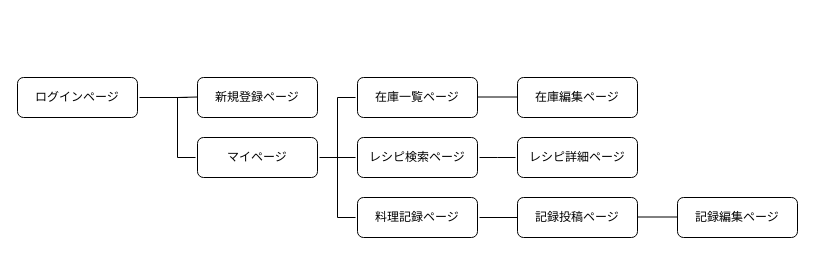
The draw.io diagram monitor.dio in lemon78787878/mmm, before the edit. Source tidied: cells renumbered, new cells numbered last; positions are measured from the earlier drawing's top-left corner, leaving out a move shared by most shapes. Both pictures are drawn from the tidied source at 100%, with x=0, y=0 at pixel (17, 77).
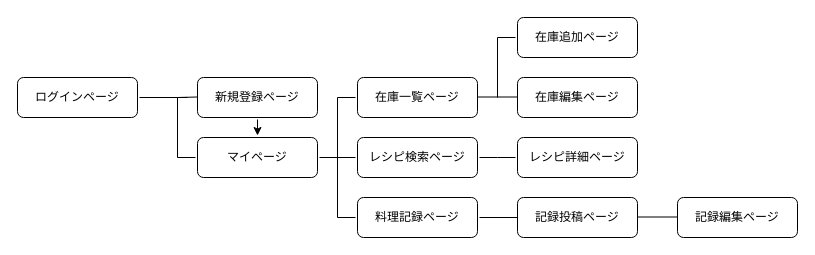
Above is the later version.

The change refers to these unchanged cells:
```xml
<mxCell id="3" value="新規登録ページ" style="whiteSpace=wrap;html=1;align=center;perimeterSpacing=2;rounded=1;" parent="1" vertex="1">
  <mxGeometry x="180" width="120" height="40" as="geometry" />
</mxCell>
<mxCell id="4" value="マイページ" style="whiteSpace=wrap;html=1;align=center;perimeterSpacing=2;rounded=1;" parent="1" vertex="1">
  <mxGeometry x="180" y="60" width="120" height="40" as="geometry" />
</mxCell>
```

The edit, as a diff of the source:
```diff
@@
+    <mxCell id="24" style="edgeStyle=none;html=1;entryX=0.5;entryY=0;entryDx=0;entryDy=0;" parent="1" edge="1" source="3" target="4">
+      <mxGeometry relative="1" as="geometry" />
+    </mxCell>
@@
+    <mxCell id="25" value="在庫追加ページ" style="whiteSpace=wrap;html=1;align=center;perimeterSpacing=2;rounded=1;" parent="1" vertex="1">
+      <mxGeometry x="500" y="-60" width="120" height="40" as="geometry" />
+    </mxCell>
+    <mxCell id="26" style="endArrow=none;html=1;rounded=0;exitX=0;exitY=0.5;exitDx=0;exitDy=0;" parent="1" edge="1" source="25">
+      <mxGeometry relative="1" as="geometry">
+        <mxPoint x="480" y="20" as="targetPoint" />
+        <Array as="points">
+          <mxPoint x="480" y="-40" />
+        </Array>
+      </mxGeometry>
+    </mxCell>
```
